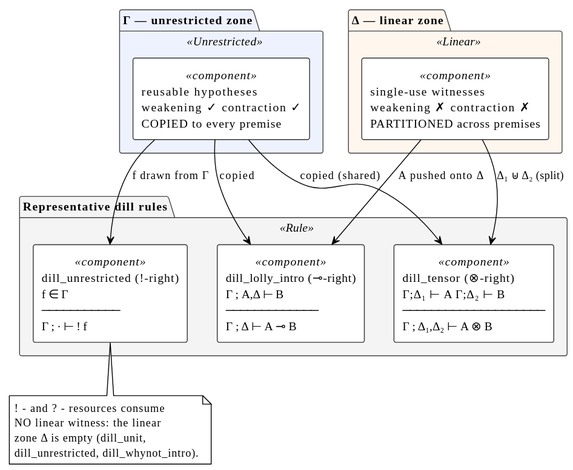
F1R3FLY-io/f1r3node-rust keeps this PlantUML diagram as docs/theory/diagrams/dill-two-zone-flow.svg. Above is the earlier version.
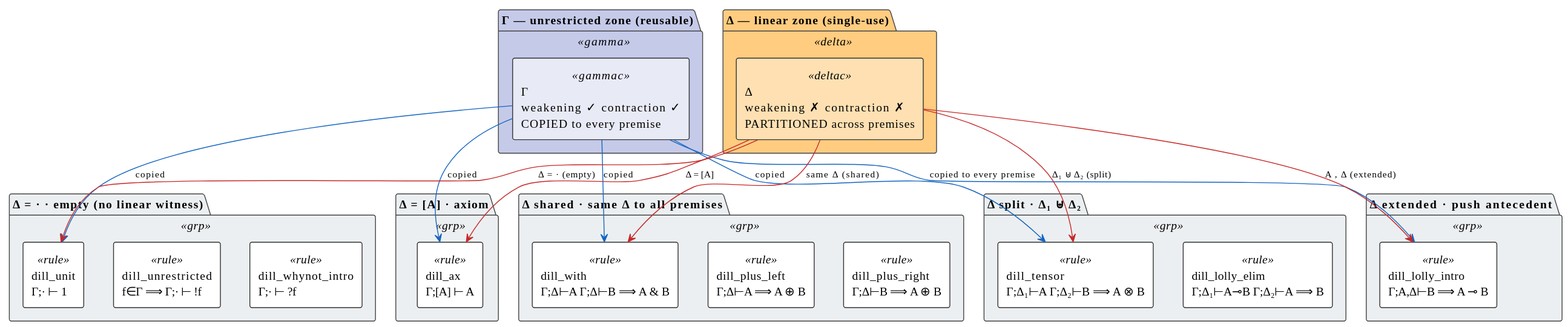
After the commit.

What changed in the source:
```diff
@@ -1,41 +1,58 @@
 @startuml
 !theme plain
-
 skinparam componentStyle rectangle
+skinparam shadowing false
+skinparam ArrowFontSize 11
 skinparam package {
-  BackgroundColor<<Unrestricted>> #EEF2FF
-  BackgroundColor<<Linear>>       #FFF7EE
-  BackgroundColor<<Rule>>         #F4F4F4
+  BackgroundColor<<gamma>> #C5CAE9
+  BackgroundColor<<delta>> #FFCC80
+  BackgroundColor<<grp>>   #ECEFF1
   BorderColor #444444
 }
 skinparam component {
-  BackgroundColor #FFFFFF
-  BorderColor     #333333
+  BackgroundColor<<gammac>> #E8EAF6
+  BackgroundColor<<deltac>> #FFE0B2
+  BackgroundColor<<rule>>   #FFFFFF
+  BorderColor #333333
 }
 
-package "Γ — unrestricted zone" <<Unrestricted>> {
-  component "reusable hypotheses\nweakening ✓   contraction ✓\nCOPIED to every premise" <<component>> as GAMMA
+package "Γ — unrestricted zone (reusable)" <<gamma>> {
+  component "Γ\nweakening ✓   contraction ✓\nCOPIED to every premise" <<gammac>> as GAMMA
+}
+package "Δ — linear zone (single-use)" <<delta>> {
+  component "Δ\nweakening ✗   contraction ✗\nPARTITIONED across premises" <<deltac>> as DELTA
 }
 
-package "Δ — linear zone" <<Linear>> {
-  component "single-use witnesses\nweakening ✗   contraction ✗\nPARTITIONED across premises" <<component>> as DELTA
+package "Δ = [A]  ·  axiom" <<grp>> {
+  component "dill_ax\nΓ;[A] ⊢ A" <<rule>> as AX
+}
+package "Δ = ·  ·  empty (no linear witness)" <<grp>> {
+  component "dill_unit\nΓ;· ⊢ 1" <<rule>> as UNIT
+  component "dill_unrestricted\nf∈Γ ⟹ Γ;· ⊢ !f" <<rule>> as UNR
+  component "dill_whynot_intro\nΓ;· ⊢ ?f" <<rule>> as WN
+}
+package "Δ split  ·  Δ₁ ⊎ Δ₂" <<grp>> {
+  component "dill_tensor\nΓ;Δ₁⊢A  Γ;Δ₂⊢B ⟹ A ⊗ B" <<rule>> as TEN
+  component "dill_lolly_elim\nΓ;Δ₁⊢A⊸B  Γ;Δ₂⊢A ⟹ B" <<rule>> as LE
+}
+package "Δ shared  ·  same Δ to all premises" <<grp>> {
+  component "dill_with\nΓ;Δ⊢A  Γ;Δ⊢B ⟹ A & B" <<rule>> as WITH
+  component "dill_plus_left\nΓ;Δ⊢A ⟹ A ⊕ B" <<rule>> as PL
+  component "dill_plus_right\nΓ;Δ⊢B ⟹ A ⊕ B" <<rule>> as PR
+}
+package "Δ extended  ·  push antecedent" <<grp>> {
+  component "dill_lolly_intro\nΓ;A,Δ⊢B ⟹ A ⊸ B" <<rule>> as LI
 }
 
-package "Representative dill rules" <<Rule>> {
-  component "dill_tensor  (⊗-right)\nΓ;Δ₁ ⊢ A    Γ;Δ₂ ⊢ B\n────────────────────\nΓ ; Δ₁,Δ₂ ⊢ A ⊗ B" <<component>> as TENSOR
-  component "dill_lolly_intro  (⊸-right)\nΓ ; A,Δ ⊢ B\n─────────────\nΓ ; Δ ⊢ A ⊸ B" <<component>> as LOLLY
-  component "dill_unrestricted  (!-right)\nf ∈ Γ\n───────────\nΓ ; · ⊢ ! f" <<component>> as BANG
-}
+GAMMA -[#1565C0]-> AX   : copied
+GAMMA -[#1565C0]-> UNIT : copied
+GAMMA -[#1565C0]-> TEN  : copied
+GAMMA -[#1565C0]-> WITH : copied
+GAMMA -[#1565C0]-> LI   : copied to every premise
 
-GAMMA --> TENSOR : copied (shared)
-DELTA --> TENSOR : Δ₁ ⊎ Δ₂ (split)
-GAMMA --> LOLLY  : copied
-DELTA --> LOLLY  : A pushed onto Δ
-GAMMA --> BANG   : f drawn from Γ
-note bottom of BANG
-  ! - and ? - resources consume
-  NO linear witness: the linear
-  zone Δ is empty (dill_unit,
-  dill_unrestricted, dill_whynot_intro).
-end note
+DELTA -[#C62828]-> AX   : Δ = [A]
+DELTA -[#C62828]-> UNIT : Δ = ·  (empty)
+DELTA -[#C62828]-> TEN  : Δ₁ ⊎ Δ₂  (split)
+DELTA -[#C62828]-> WITH : same Δ  (shared)
+DELTA -[#C62828]-> LI   : A , Δ  (extended)
 @enduml
```
